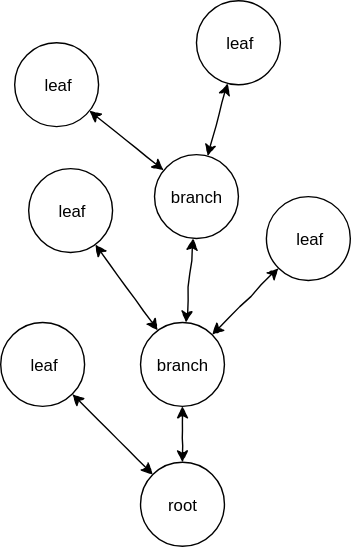
Above: Documentation/Design/Graph.svg in JirkaDellOro/FUDGE (draw.io), before the change. Source tidied: cells renumbered, new cells last; positions are measured from the earlier drawing's top-left corner, leaving out a move shared by most shapes.
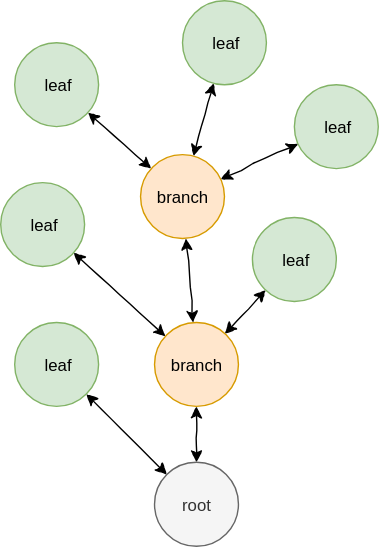
After the change.

Diff of the diagram source:
```diff
@@ -2,23 +2,23 @@
   <root>
     <mxCell id="0" />
     <mxCell id="1" parent="0" />
-    <mxCell id="2" value="root" style="ellipse;whiteSpace=wrap;html=1;rounded=1;shadow=0;strokeWidth=1;comic=1;" parent="1" vertex="1">
-      <mxGeometry x="100" y="330" width="60" height="60" as="geometry" />
+    <mxCell id="2" value="root" style="ellipse;whiteSpace=wrap;html=1;rounded=1;shadow=0;strokeWidth=1;comic=1;fillColor=#f5f5f5;strokeColor=#666666;fontColor=#333333;" parent="1" vertex="1">
+      <mxGeometry x="120" y="330" width="60" height="60" as="geometry" />
     </mxCell>
-    <mxCell id="3" value="leaf" style="ellipse;whiteSpace=wrap;html=1;rounded=1;shadow=0;strokeWidth=1;comic=1;" parent="1" vertex="1">
-      <mxGeometry y="230" width="60" height="60" as="geometry" />
+    <mxCell id="3" value="leaf" style="ellipse;whiteSpace=wrap;html=1;rounded=1;shadow=0;strokeWidth=1;comic=1;fillColor=#d5e8d4;strokeColor=#82b366;" parent="1" vertex="1">
+      <mxGeometry x="20" y="230" width="60" height="60" as="geometry" />
     </mxCell>
     <mxCell id="4" style="rounded=0;html=1;jettySize=auto;comic=1;startArrow=classic;startFill=1;" parent="1" edge="1" source="2" target="3">
       <mxGeometry relative="1" as="geometry" />
     </mxCell>
-    <mxCell id="5" value="branch" style="ellipse;whiteSpace=wrap;html=1;rounded=1;shadow=0;strokeWidth=1;comic=1;" parent="1" vertex="1">
-      <mxGeometry x="100" y="230" width="60" height="60" as="geometry" />
+    <mxCell id="5" value="branch" style="ellipse;whiteSpace=wrap;html=1;rounded=1;shadow=0;strokeWidth=1;comic=1;fillColor=#ffe6cc;strokeColor=#d79b00;" parent="1" vertex="1">
+      <mxGeometry x="120" y="230" width="60" height="60" as="geometry" />
     </mxCell>
     <mxCell id="6" style="rounded=0;html=1;jettySize=auto;comic=1;startArrow=classic;startFill=1;" parent="1" edge="1" source="2" target="5">
       <mxGeometry relative="1" as="geometry" />
     </mxCell>
-    <mxCell id="7" value="leaf" style="ellipse;whiteSpace=wrap;html=1;rounded=1;shadow=0;strokeWidth=1;comic=1;" parent="1" vertex="1">
-      <mxGeometry x="20" y="120" width="60" height="60" as="geometry" />
+    <mxCell id="7" value="leaf" style="ellipse;whiteSpace=wrap;html=1;rounded=1;shadow=0;strokeWidth=1;comic=1;fillColor=#d5e8d4;strokeColor=#82b366;" parent="1" vertex="1">
+      <mxGeometry x="10" y="130" width="60" height="60" as="geometry" />
     </mxCell>
     <mxCell id="8" style="rounded=0;html=1;jettySize=auto;comic=1;startArrow=classic;startFill=1;" parent="1" edge="1" source="5" target="7">
       <mxGeometry relative="1" as="geometry" />
@@ -26,10 +26,10 @@
     <mxCell id="9" style="rounded=0;html=1;jettySize=auto;comic=1;startArrow=classic;startFill=1;" parent="1" edge="1" source="10" target="5">
       <mxGeometry relative="1" as="geometry" />
     </mxCell>
-    <mxCell id="10" value="leaf" style="ellipse;whiteSpace=wrap;html=1;rounded=1;shadow=0;strokeWidth=1;comic=1;" parent="1" vertex="1">
-      <mxGeometry x="190" y="140" width="60" height="60" as="geometry" />
+    <mxCell id="10" value="leaf" style="ellipse;whiteSpace=wrap;html=1;rounded=1;shadow=0;strokeWidth=1;comic=1;fillColor=#d5e8d4;strokeColor=#82b366;" parent="1" vertex="1">
+      <mxGeometry x="190" y="155" width="60" height="60" as="geometry" />
     </mxCell>
-    <mxCell id="11" value="branch" style="ellipse;whiteSpace=wrap;html=1;rounded=1;shadow=0;strokeWidth=1;comic=1;" parent="1" vertex="1">
+    <mxCell id="11" value="branch" style="ellipse;whiteSpace=wrap;html=1;rounded=1;shadow=0;strokeWidth=1;comic=1;fillColor=#ffe6cc;strokeColor=#d79b00;" parent="1" vertex="1">
       <mxGeometry x="110" y="110" width="60" height="60" as="geometry" />
     </mxCell>
     <mxCell id="12" style="rounded=0;html=1;jettySize=auto;comic=1;startArrow=classic;startFill=1;" parent="1" edge="1" source="5" target="11">
@@ -38,14 +38,20 @@
     <mxCell id="13" style="rounded=0;html=1;jettySize=auto;comic=1;startArrow=classic;startFill=1;" parent="1" edge="1" source="14" target="11">
       <mxGeometry relative="1" as="geometry" />
     </mxCell>
-    <mxCell id="14" value="leaf" style="ellipse;whiteSpace=wrap;html=1;rounded=1;shadow=0;strokeWidth=1;comic=1;" parent="1" vertex="1">
+    <mxCell id="14" value="leaf" style="ellipse;whiteSpace=wrap;html=1;rounded=1;shadow=0;strokeWidth=1;comic=1;fillColor=#d5e8d4;strokeColor=#82b366;" parent="1" vertex="1">
       <mxGeometry x="140" width="60" height="60" as="geometry" />
     </mxCell>
-    <mxCell id="15" value="leaf" style="ellipse;whiteSpace=wrap;html=1;rounded=1;shadow=0;strokeWidth=1;comic=1;" parent="1" vertex="1">
-      <mxGeometry x="10" y="30" width="60" height="60" as="geometry" />
+    <mxCell id="15" value="leaf" style="ellipse;whiteSpace=wrap;html=1;rounded=1;shadow=0;strokeWidth=1;comic=1;fillColor=#d5e8d4;strokeColor=#82b366;" parent="1" vertex="1">
+      <mxGeometry x="20" y="30" width="60" height="60" as="geometry" />
     </mxCell>
     <mxCell id="16" style="rounded=0;html=1;jettySize=auto;comic=1;startArrow=classic;startFill=1;" parent="1" edge="1" source="15" target="11">
       <mxGeometry relative="1" as="geometry" />
     </mxCell>
+    <mxCell id="17" value="leaf" style="ellipse;whiteSpace=wrap;html=1;rounded=1;shadow=0;strokeWidth=1;comic=1;fillColor=#d5e8d4;strokeColor=#82b366;" parent="1" vertex="1">
+      <mxGeometry x="220" y="60" width="60" height="60" as="geometry" />
+    </mxCell>
+    <mxCell id="18" style="rounded=0;html=1;jettySize=auto;comic=1;startArrow=classic;startFill=1;" parent="1" edge="1" source="17" target="11">
+      <mxGeometry relative="1" as="geometry" />
+    </mxCell>
   </root>
 </mxGraphModel>
```
